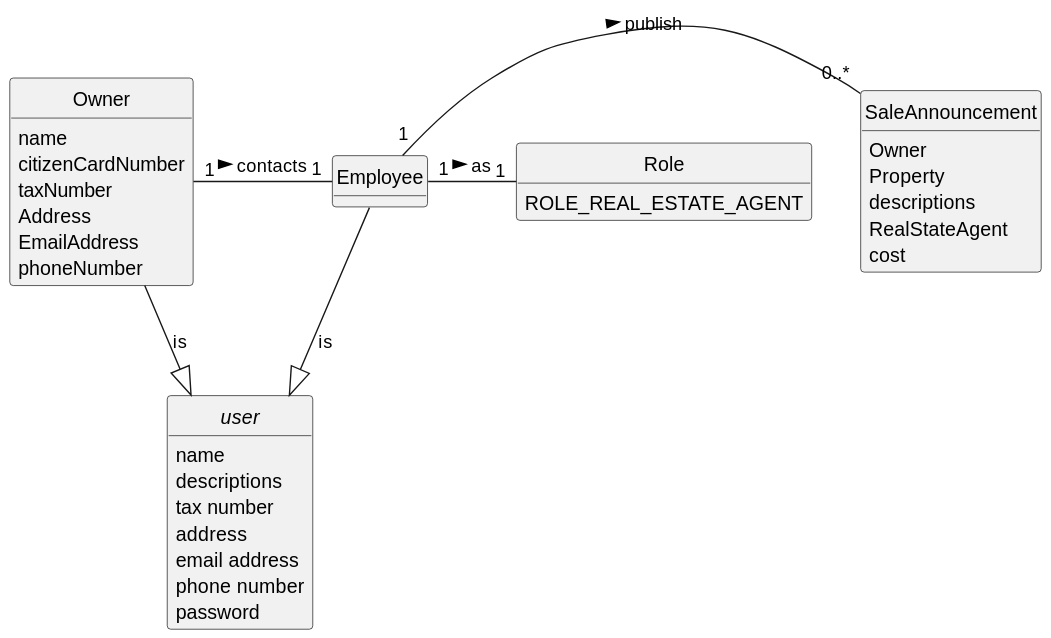
The PlantUML diagram lei-22-s2-1do-g68/docs/SprintD/us002Refinement/02.analysis/svg/us002-domain-model.svg in hugosilva2901/lei-22-s2-1DO-g68, before a commit.
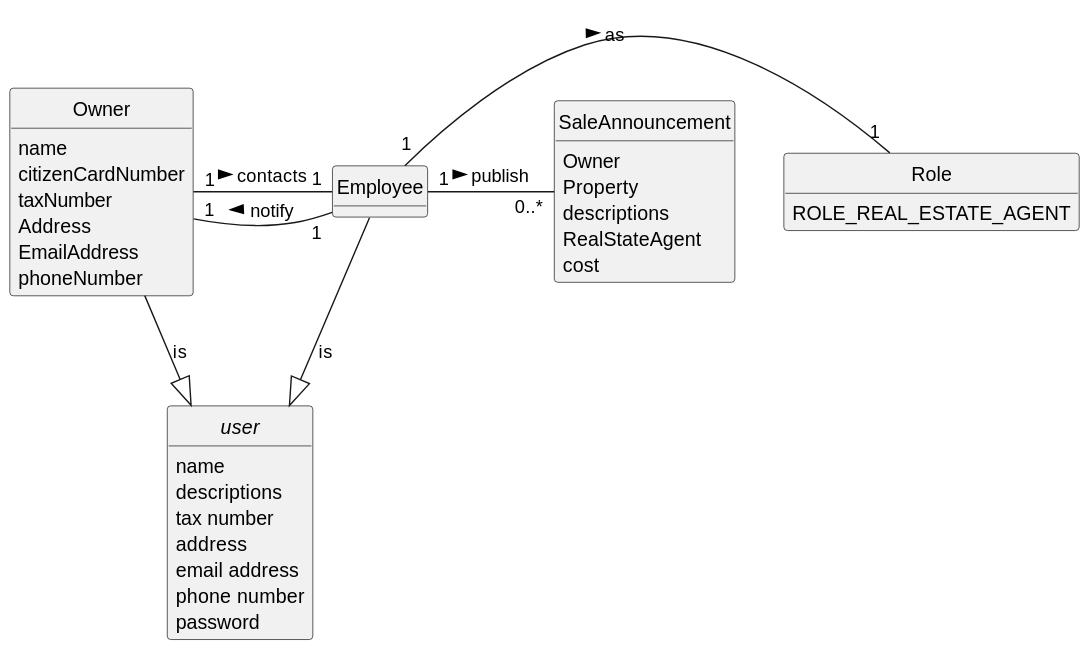
Later version of the same file.

What changed in the source:
```diff
@@ -48,4 +48,5 @@
 Owner --|> user : is
 Employee --|> user : is
 Employee "1" - "1" Role: as >
+Employee "1" - "1" Owner: notify >
 @enduml
```
